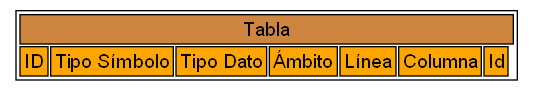
Before: Server_OLC2/imagenes/tabla.png, a diagram exported from Graphviz (sebbbasdl/OLC2_P2_201906085). Its source is kept beside it as Server_OLC2/imagenes/tabla.dot. The source it was exported from:
```dot
digraph Table {
  node [shape=none fontname=Helvetica]
  n1 [label = <<table>
    <tr><td colspan="9" bgcolor="Peru">Tabla</td></tr>
    <tr><td bgcolor="orange">ID</td><td bgcolor="orange">Tipo Símbolo</td><td bgcolor="orange">Tipo Dato</td><td bgcolor="orange">Ámbito</td><td bgcolor="orange">Línea</td><td bgcolor="orange">Columna</td><td bgcolor="orange">Id</td></tr>  </table>> ]
}
```
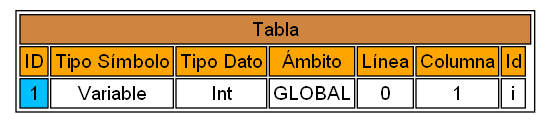
After the change.

What changed in the source:
```diff
@@ -2,5 +2,6 @@
   node [shape=none fontname=Helvetica]
   n1 [label = <<table>
     <tr><td colspan="9" bgcolor="Peru">Tabla</td></tr>
-    <tr><td bgcolor="orange">ID</td><td bgcolor="orange">Tipo Símbolo</td><td bgcolor="orange">Tipo Dato</td><td bgcolor="orange">Ámbito</td><td bgcolor="orange">Línea</td><td bgcolor="orange">Columna</td><td bgcolor="orange">Id</td></tr>  </table>> ]
+    <tr><td bgcolor="orange">ID</td><td bgcolor="orange">Tipo Símbolo</td><td bgcolor="orange">Tipo Dato</td><td bgcolor="orange">Ámbito</td><td bgcolor="orange">Línea</td><td bgcolor="orange">Columna</td><td bgcolor="orange">Id</td></tr>    <tr><td bgcolor="#00bfff">1</td><td>Variable</td><td>Int</td><td>GLOBAL</td><td>0</td><td>1</td><td>i</td></tr>
+  </table>> ]
 }
```
